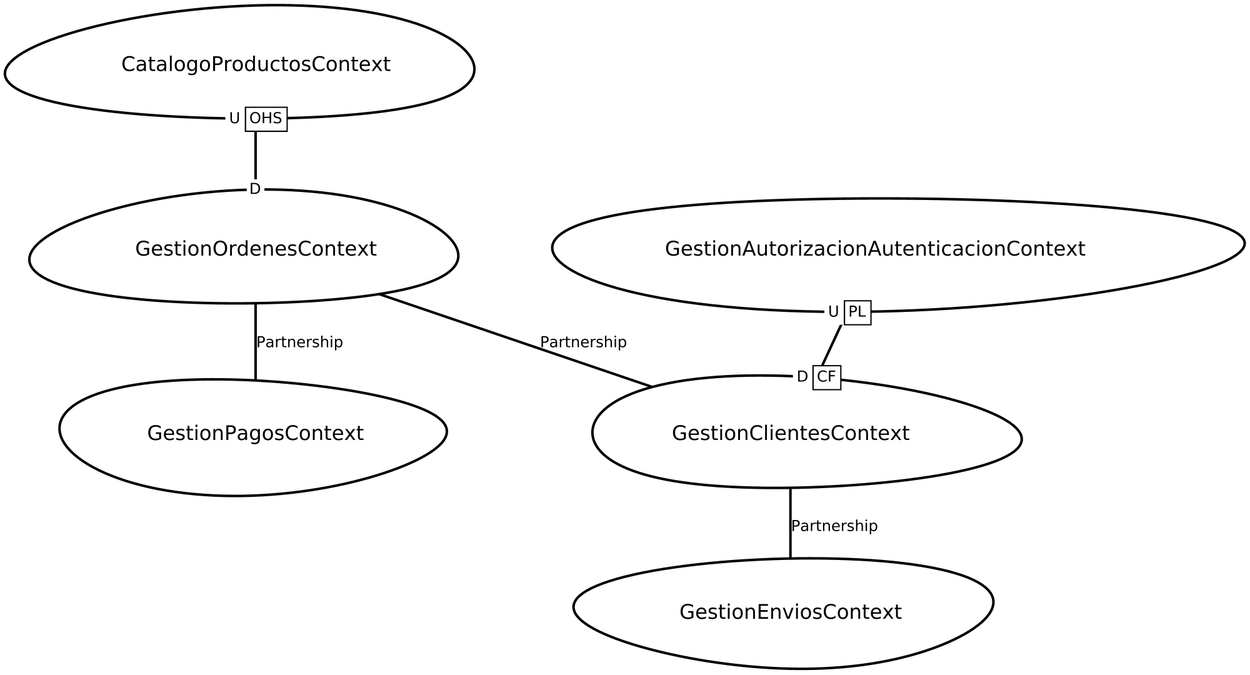
AndersonDietrich/HotelVacacional keeps this Graphviz diagram as src-gen/hotelNila_ContextMap.png. Above is the earlier version. Its source is kept beside it as src-gen/hotelNila_ContextMap.gv.
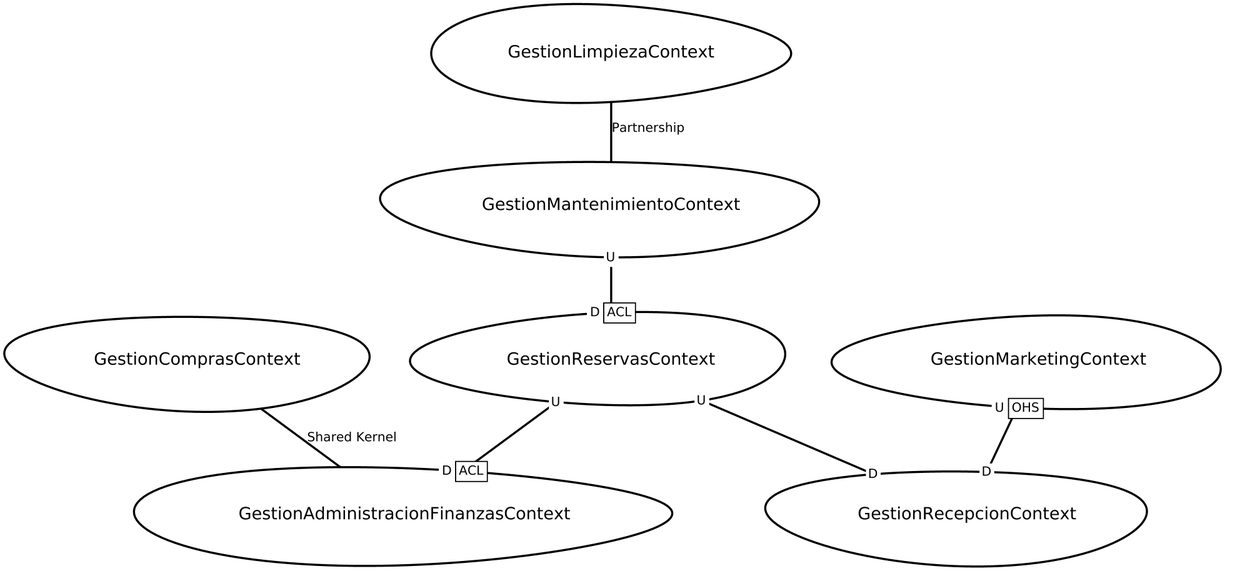
Later version of the same file.

Commit message:
Avance del CM del Hotel

What changed in the source:
```diff
@@ -1,22 +1,32 @@
 digraph "ContextMapGraph" {
 graph ["imagepath"="/tmp/GraphvizJava"]
-"CatalogoProductosContext" ["margin"="0.3","orientation"="247","shape"="egg","fontsize"="16","style"="bold","label"="CatalogoProductosContext\n","fontname"="sans-serif"]
-"GestionOrdenesContext" ["margin"="0.3","orientation"="280","shape"="egg","fontsize"="16","style"="bold","label"="GestionOrdenesContext\n","fontname"="sans-serif"]
-"GestionPagosContext" ["margin"="0.3","orientation"="181","shape"="egg","fontsize"="16","style"="bold","label"="GestionPagosContext\n","fontname"="sans-serif"]
-"GestionClientesContext" ["margin"="0.3","orientation"="239","shape"="egg","fontsize"="16","style"="bold","label"="GestionClientesContext\n","fontname"="sans-serif"]
-"GestionEnviosContext" ["margin"="0.3","orientation"="174","shape"="egg","fontsize"="16","style"="bold","label"="GestionEnviosContext\n","fontname"="sans-serif"]
-"GestionAutorizacionAutenticacionContext" ["margin"="0.3","orientation"="54","shape"="egg","fontsize"="16","style"="bold","label"="GestionAutorizacionAutenticacionContext\n","fontname"="sans-serif"]
-"CatalogoProductosContext" -> "GestionOrdenesContext" ["headlabel"=<<table cellspacing="0" cellborder="0" border="0">
+"GestionAdministracionFinanzasContext" ["margin"="0.3","orientation"="261","shape"="egg","fontsize"="16","style"="bold","label"="GestionAdministracionFinanzasContext\n","fontname"="sans-serif"]
+"GestionComprasContext" ["margin"="0.3","orientation"="18","shape"="egg","fontsize"="16","style"="bold","label"="GestionComprasContext\n","fontname"="sans-serif"]
+"GestionLimpiezaContext" ["margin"="0.3","orientation"="190","shape"="egg","fontsize"="16","style"="bold","label"="GestionLimpiezaContext\n","fontname"="sans-serif"]
+"GestionMantenimientoContext" ["margin"="0.3","orientation"="48","shape"="egg","fontsize"="16","style"="bold","label"="GestionMantenimientoContext\n","fontname"="sans-serif"]
+"GestionReservasContext" ["margin"="0.3","orientation"="197","shape"="egg","fontsize"="16","style"="bold","label"="GestionReservasContext\n","fontname"="sans-serif"]
+"GestionRecepcionContext" ["margin"="0.3","orientation"="265","shape"="egg","fontsize"="16","style"="bold","label"="GestionRecepcionContext\n","fontname"="sans-serif"]
+"GestionMarketingContext" ["margin"="0.3","orientation"="251","shape"="egg","fontsize"="16","style"="bold","label"="GestionMarketingContext\n","fontname"="sans-serif"]
+"GestionComprasContext" -> "GestionAdministracionFinanzasContext" ["fontsize"="12","style"="bold","label"="Shared Kernel","dir"="none","fontname"="sans-serif"]
+"GestionLimpiezaContext" -> "GestionMantenimientoContext" ["fontsize"="12","style"="bold","label"="Partnership","dir"="none","fontname"="sans-serif"]
+"GestionMantenimientoContext" -> "GestionReservasContext" ["headlabel"=<<table cellspacing="0" cellborder="1" border="0">
+<tr><td bgcolor="white" sides="r">D</td><td sides="trbl" bgcolor="white"><font>ACL</font></td></tr>
+</table>>,"labeldistance"="0","fontsize"="12","taillabel"=<<table cellspacing="0" cellborder="0" border="0">
+<tr><td bgcolor="white">U</td></tr>
+</table>>,"style"="bold","label"="                                        ","dir"="none","fontname"="sans-serif"]
+"GestionReservasContext" -> "GestionRecepcionContext" ["headlabel"=<<table cellspacing="0" cellborder="0" border="0">
+<tr><td bgcolor="white">D</td></tr>
+</table>>,"labeldistance"="0","fontsize"="12","taillabel"=<<table cellspacing="0" cellborder="0" border="0">
+<tr><td bgcolor="white">U</td></tr>
+</table>>,"style"="bold","label"="                                        ","dir"="none","fontname"="sans-serif"]
+"GestionReservasContext" -> "GestionAdministracionFinanzasContext" ["headlabel"=<<table cellspacing="0" cellborder="1" border="0">
+<tr><td bgcolor="white" sides="r">D</td><td sides="trbl" bgcolor="white"><font>ACL</font></td></tr>
+</table>>,"labeldistance"="0","fontsize"="12","taillabel"=<<table cellspacing="0" cellborder="0" border="0">
+<tr><td bgcolor="white">U</td></tr>
+</table>>,"style"="bold","label"="                                        ","dir"="none","fontname"="sans-serif"]
+"GestionMarketingContext" -> "GestionRecepcionContext" ["headlabel"=<<table cellspacing="0" cellborder="0" border="0">
 <tr><td bgcolor="white">D</td></tr>
 </table>>,"labeldistance"="0","fontsize"="12","taillabel"=<<table cellspacing="0" cellborder="1" border="0">
 <tr><td bgcolor="white" sides="r">U</td><td sides="trbl" bgcolor="white"><font>OHS</font></td></tr>
 </table>>,"style"="bold","label"="                                        ","dir"="none","fontname"="sans-serif"]
-"GestionOrdenesContext" -> "GestionPagosContext" ["fontsize"="12","style"="bold","label"="Partnership","dir"="none","fontname"="sans-serif"]
-"GestionOrdenesContext" -> "GestionClientesContext" ["fontsize"="12","style"="bold","label"="Partnership","dir"="none","fontname"="sans-serif"]
-"GestionClientesContext" -> "GestionEnviosContext" ["fontsize"="12","style"="bold","label"="Partnership","dir"="none","fontname"="sans-serif"]
-"GestionAutorizacionAutenticacionContext" -> "GestionClientesContext" ["headlabel"=<<table cellspacing="0" cellborder="1" border="0">
-<tr><td bgcolor="white" sides="r">D</td><td sides="trbl" bgcolor="white"><font>CF</font></td></tr>
-</table>>,"labeldistance"="0","fontsize"="12","taillabel"=<<table cellspacing="0" cellborder="1" border="0">
-<tr><td bgcolor="white" sides="r">U</td><td sides="trbl" bgcolor="white"><font>PL</font></td></tr>
-</table>>,"style"="bold","label"="                                        ","dir"="none","fontname"="sans-serif"]
 }
```
